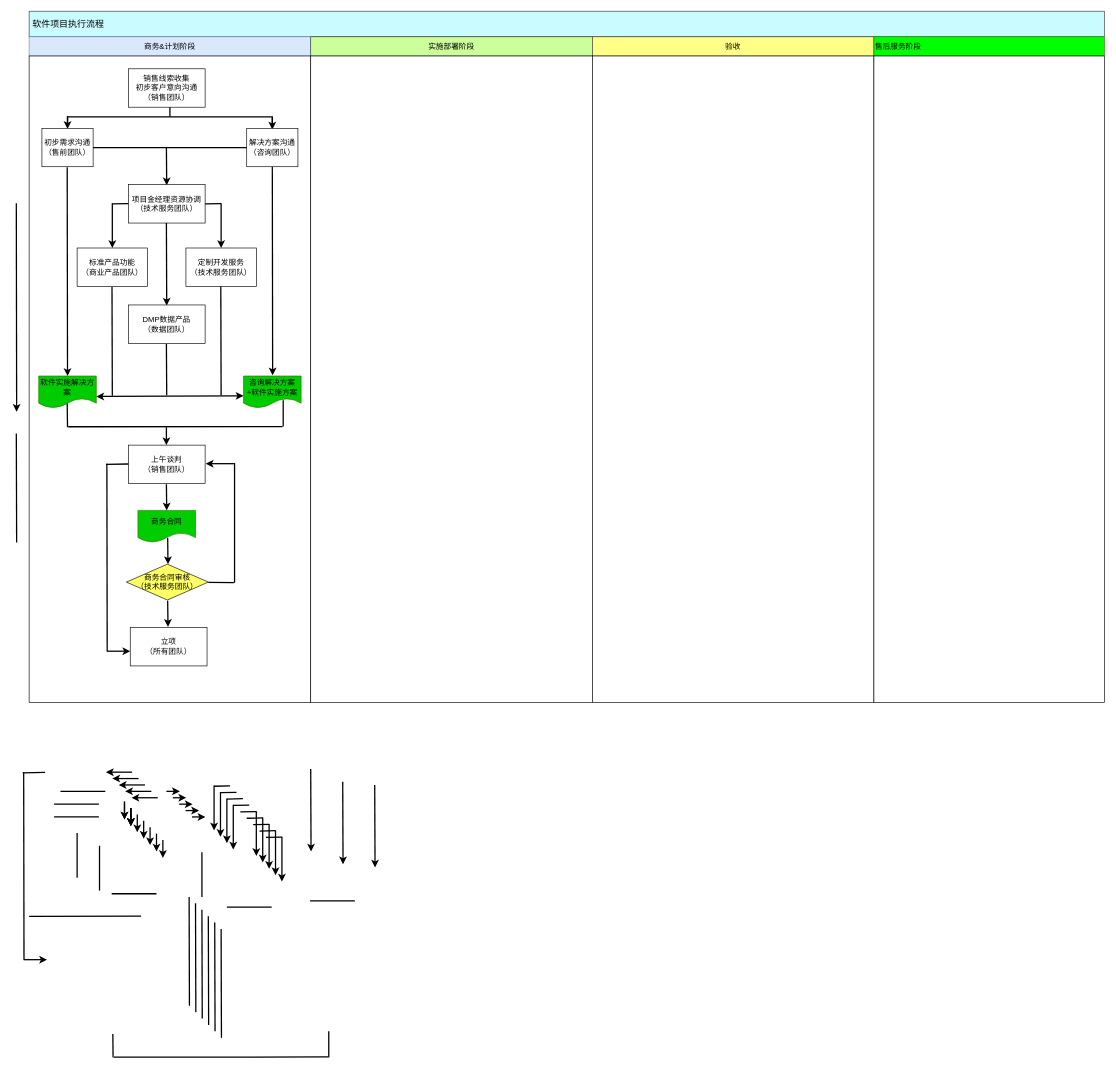
Before: 未命名绘图.drawio in pingxinerlun/Demo, a draw.io diagram. Source tidied: cells renumbered, new cells numbered last; positions are measured from the earlier drawing's top-left corner, leaving out a move shared by most shapes. Both pictures are drawn from the tidied source at 64%, with x=0, y=0 at pixel (16, 11).
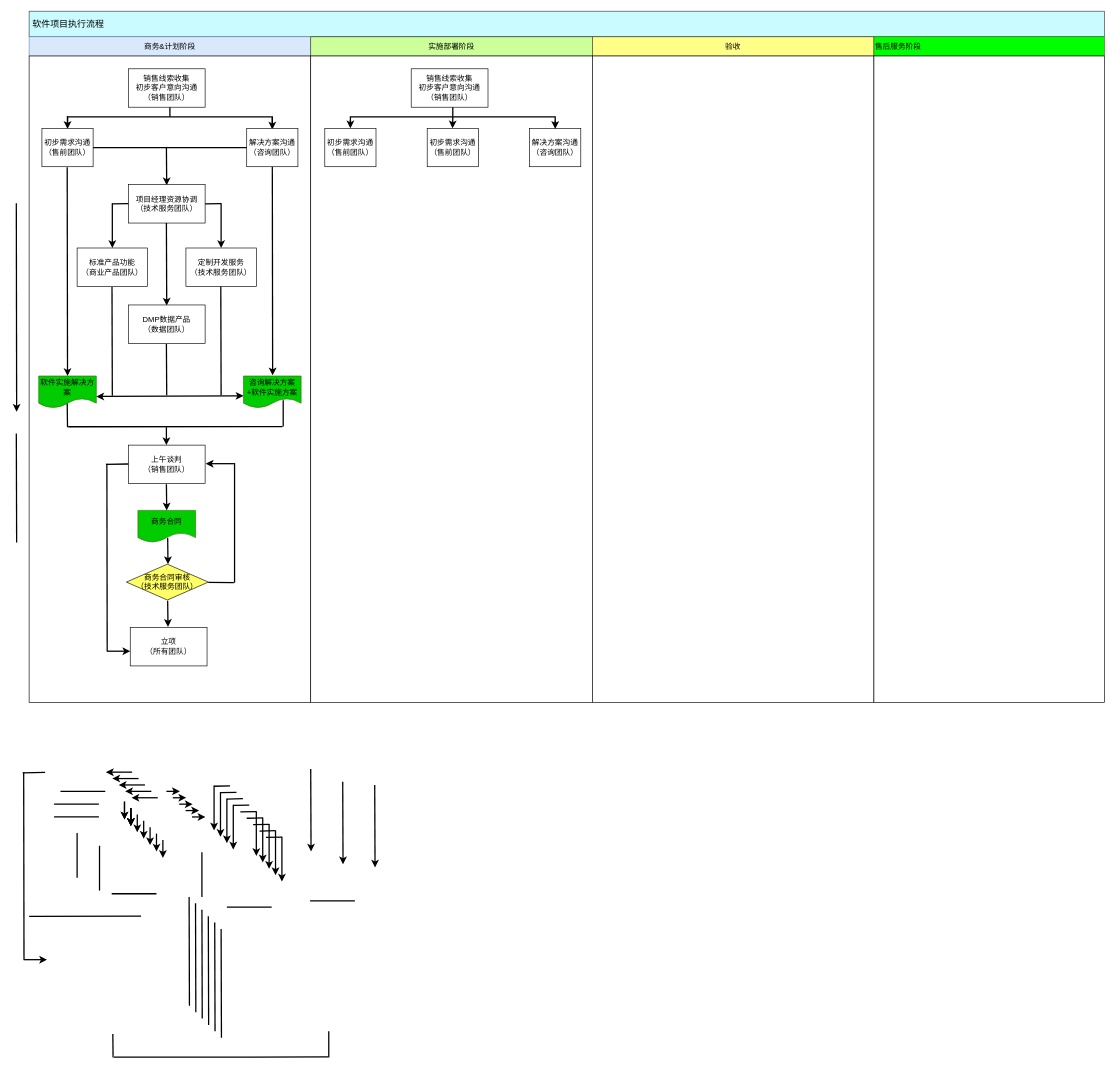
The same page after the edit.

Commit message:
实施部署阶段.drawio

What changed in the source:
```diff
@@
-    <mxCell id="23" value="项目金经理资源协调&lt;br&gt;（技术服务团队）" style="rounded=0;whiteSpace=wrap;html=1;fillColor=#FFFFFF;align=center;" parent="1" vertex="1">
+    <mxCell id="23" value="项目经理资源协调&lt;br&gt;（技术服务团队）" style="rounded=0;whiteSpace=wrap;html=1;fillColor=#FFFFFF;align=center;" parent="1" vertex="1">
       <mxGeometry x="175" y="271" width="120" height="60" as="geometry" />
     </mxCell>
@@
+    <mxCell id="119" value="销售线索收集&lt;br&gt;初步客户意向沟通&lt;br&gt;（销售团队）" style="rounded=0;whiteSpace=wrap;html=1;fillColor=#FFFFFF;align=center;" parent="1" vertex="1">
+      <mxGeometry x="617" y="90" width="120" height="60" as="geometry" />
+    </mxCell>
+    <mxCell id="120" style="strokeWidth=2;html=1;shape=mxgraph.flowchart.annotation_2;align=left;labelPosition=right;fillColor=#FFFFFF;direction=south;" parent="1" vertex="1">
+      <mxGeometry x="522" y="150" width="320" height="30" as="geometry" />
+    </mxCell>
+    <mxCell id="121" value="初步需求沟通&lt;br&gt;（售前团队）" style="rounded=0;whiteSpace=wrap;html=1;fillColor=#FFFFFF;align=center;" parent="1" vertex="1">
+      <mxGeometry x="482" y="183" width="80" height="60" as="geometry" />
+    </mxCell>
+    <mxCell id="122" value="解决方案沟通&lt;br&gt;（咨询团队）" style="rounded=0;whiteSpace=wrap;html=1;fillColor=#FFFFFF;align=center;" parent="1" vertex="1">
+      <mxGeometry x="802" y="183" width="80" height="60" as="geometry" />
+    </mxCell>
+    <mxCell id="123" style="endArrow=classic;html=1;endSize=6;strokeWidth=2;" parent="1" edge="1">
+      <mxGeometry relative="1" as="geometry">
+        <mxPoint x="522" y="170" as="sourcePoint" />
+        <mxPoint x="522" y="183" as="targetPoint" />
+      </mxGeometry>
+    </mxCell>
+    <mxCell id="124" style="endArrow=classic;html=1;endSize=6;strokeWidth=2;" parent="1" edge="1">
+      <mxGeometry relative="1" as="geometry">
+        <mxPoint x="842" y="171" as="sourcePoint" />
+        <mxPoint x="842" y="184" as="targetPoint" />
+      </mxGeometry>
+    </mxCell>
+    <mxCell id="125" value="初步需求沟通&lt;br&gt;（售前团队）" style="rounded=0;whiteSpace=wrap;html=1;fillColor=#FFFFFF;align=center;" parent="1" vertex="1">
+      <mxGeometry x="642" y="183" width="80" height="60" as="geometry" />
+    </mxCell>
+    <mxCell id="126" style="endArrow=classic;html=1;endSize=6;strokeWidth=2;" parent="1" edge="1">
+      <mxGeometry relative="1" as="geometry">
+        <mxPoint x="682" y="165" as="sourcePoint" />
+        <mxPoint x="681.6" y="183" as="targetPoint" />
+      </mxGeometry>
+    </mxCell>
```
